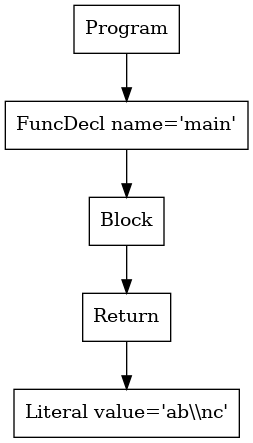
dada1802/cs432-project keeps this Graphviz diagram as p2-parser/tree.png. Above is the earlier version. Its source is kept beside it as p2-parser/tree.dot.
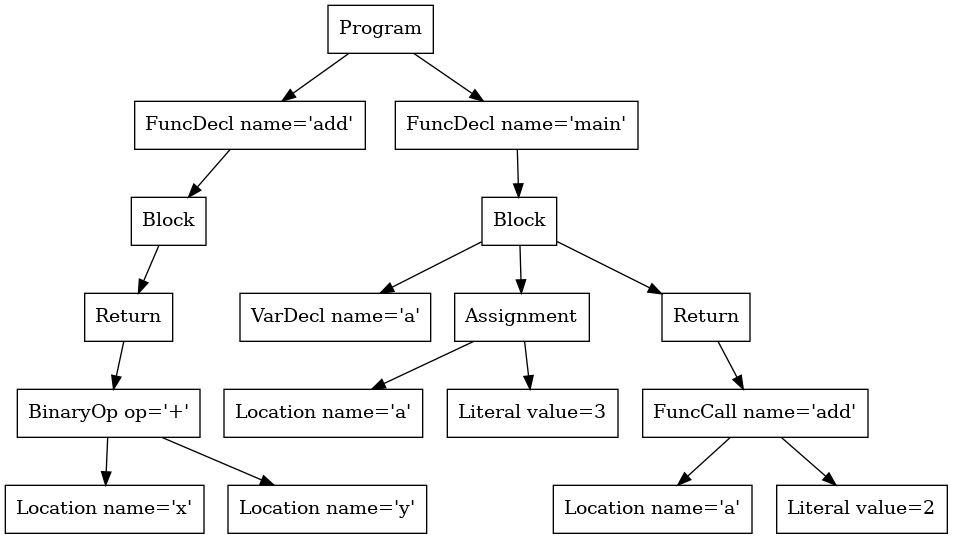
Later version of the same file.

Change to the diagram source:
```diff
@@ -1,11 +1,35 @@
 digraph AST {
-4 [shape=box, label="Literal value='ab\\\\nc'"];
+5 [shape=box, label="Location name='x'"];
+6 [shape=box, label="Location name='y'"];
+4 [shape=box, label="BinaryOp op='+'"];
+4 -> 5;
+4 -> 6;
 3 [shape=box, label="Return"];
 3 -> 4;
 2 [shape=box, label="Block"];
 2 -> 3;
-1 [shape=box, label="FuncDecl name='main'"];
+1 [shape=box, label="FuncDecl name='add'"];
 1 -> 2;
+9 [shape=box, label="VarDecl name='a'"];
+11 [shape=box, label="Location name='a'"];
+12 [shape=box, label="Literal value=3"];
+10 [shape=box, label="Assignment"];
+10 -> 11;
+10 -> 12;
+15 [shape=box, label="Location name='a'"];
+16 [shape=box, label="Literal value=2"];
+14 [shape=box, label="FuncCall name='add'"];
+14 -> 15;
+14 -> 16;
+13 [shape=box, label="Return"];
+13 -> 14;
+8 [shape=box, label="Block"];
+8 -> 9;
+8 -> 10;
+8 -> 13;
+7 [shape=box, label="FuncDecl name='main'"];
+7 -> 8;
 0 [shape=box, label="Program"];
 0 -> 1;
+0 -> 7;
 }
```
